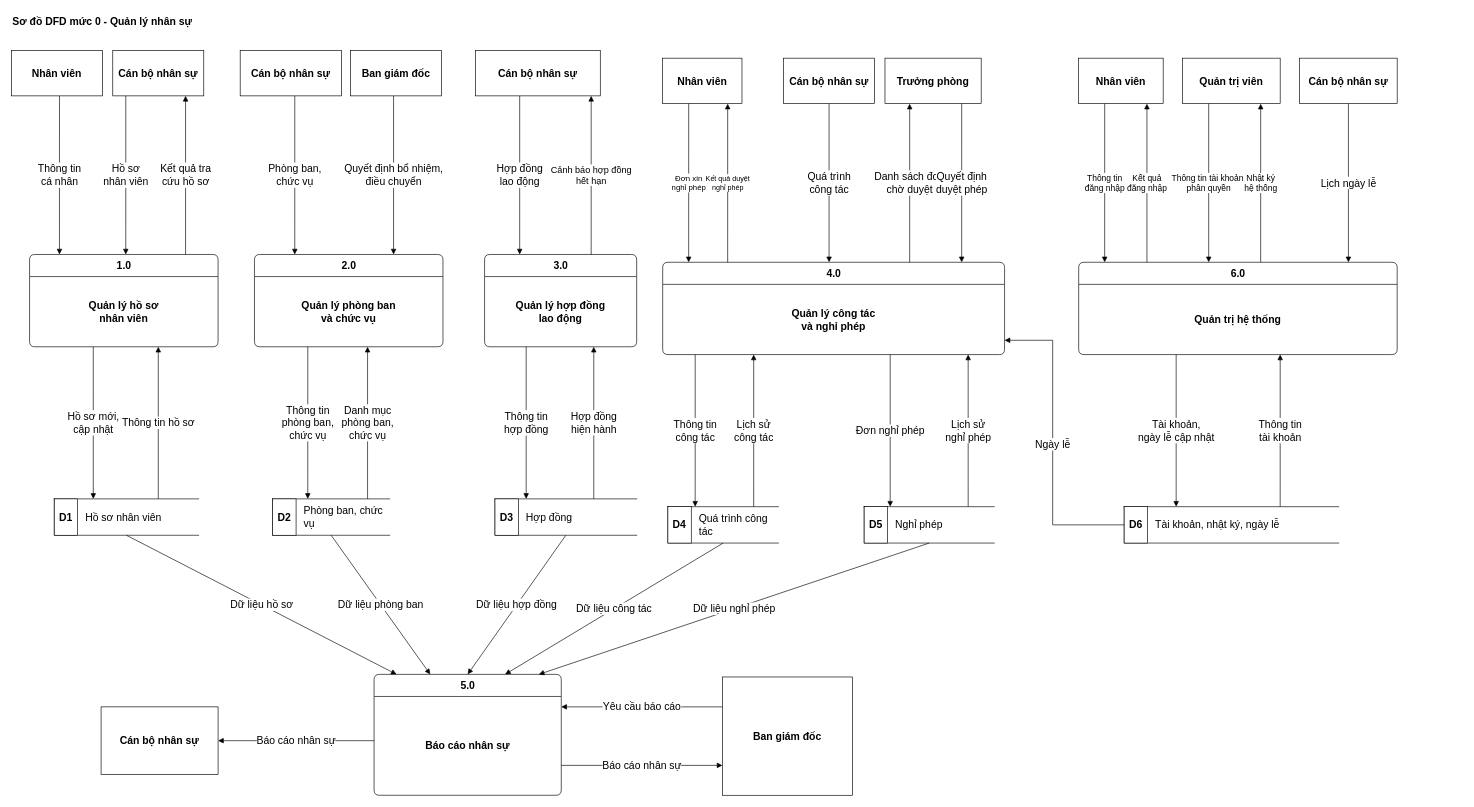
This is page "DFD muc 0" (3 of 7) of diagrams/bfd-dfd.drawio from ninhduo263/human-resource-management-system, a draw.io file, before an edit. Source tidied: cells renumbered, new cells numbered last; positions are measured from the earlier drawing's top-left corner, leaving out a move shared by most shapes. Both pictures are drawn from the tidied source at 65%, with x=0, y=0 at pixel (11, 11).
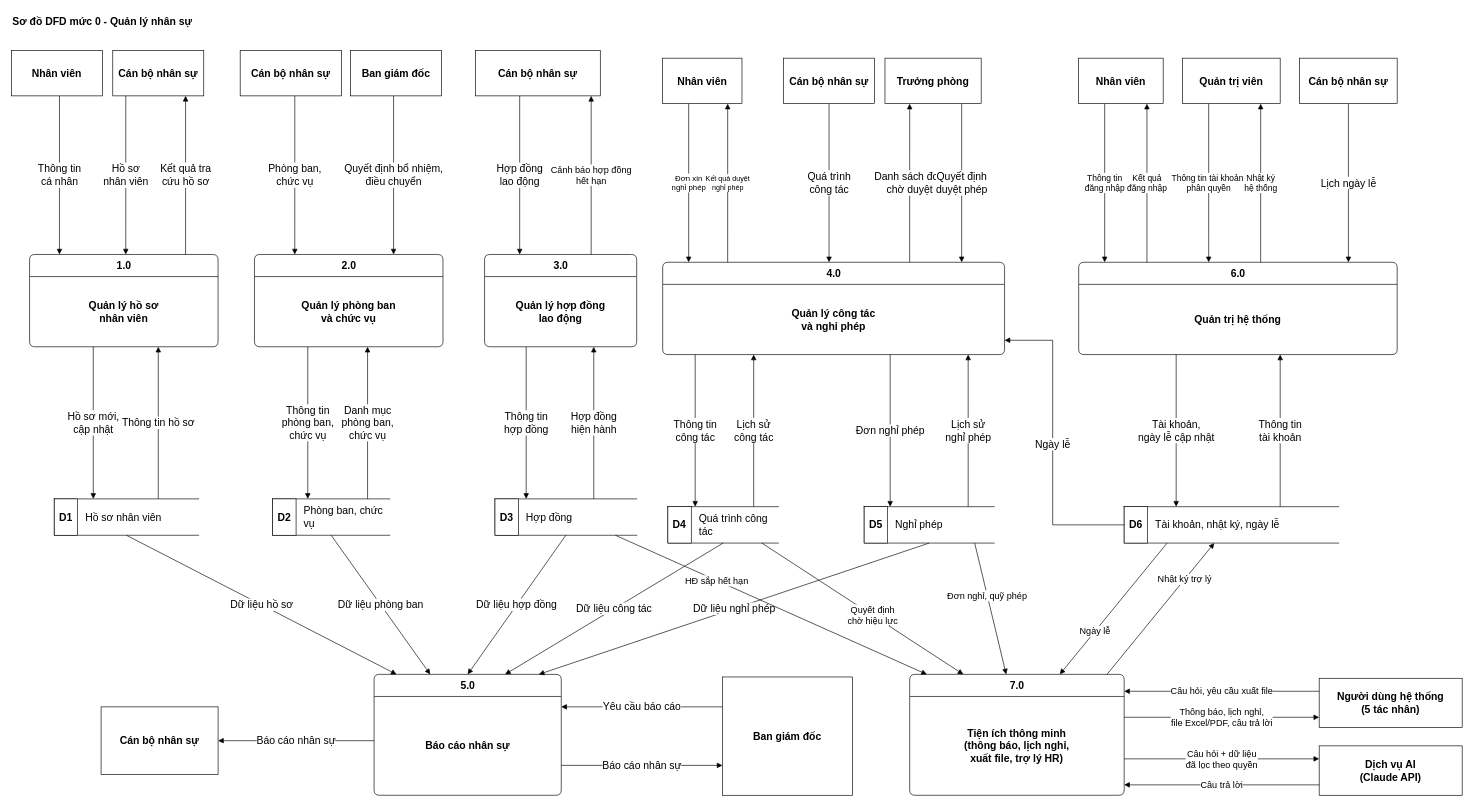
The same diagram, later.

The change refers to these unchanged cells:
```xml
<mxCell id="28" value="Hợp đồng" style="shape=partialRectangle;whiteSpace=wrap;html=1;right=0;align=left;spacingLeft=46;fillColor=#FFFFFF;strokeColor=#000000;fontSize=16;fontFamily=Helvetica;" parent="1" vertex="1">
  <mxGeometry x="744" y="750" width="218" height="56" as="geometry" />
</mxCell>
<mxCell id="30" value="Quá trình công tác" style="shape=partialRectangle;whiteSpace=wrap;html=1;right=0;align=left;spacingLeft=46;fillColor=#FFFFFF;strokeColor=#000000;fontSize=16;fontFamily=Helvetica;" parent="1" vertex="1">
  <mxGeometry x="1010" y="762" width="170" height="56" as="geometry" />
</mxCell>
<mxCell id="32" value="Nghỉ phép" style="shape=partialRectangle;whiteSpace=wrap;html=1;right=0;align=left;spacingLeft=46;fillColor=#FFFFFF;strokeColor=#000000;fontSize=16;fontFamily=Helvetica;" parent="1" vertex="1">
  <mxGeometry x="1312" y="762" width="200" height="56" as="geometry" />
</mxCell>
<mxCell id="34" value="Tài khoản, nhật ký, ngày lễ" style="shape=partialRectangle;whiteSpace=wrap;html=1;right=0;align=left;spacingLeft=46;fillColor=#FFFFFF;strokeColor=#000000;fontSize=16;fontFamily=Helvetica;" parent="1" vertex="1">
  <mxGeometry x="1712" y="762" width="330" height="56" as="geometry" />
</mxCell>
```

What changed in the source:
```diff
@@
+    <mxCell id="78" value="7.0" style="swimlane;rounded=1;arcSize=8;startSize=34;html=1;fillColor=#FFFFFF;swimlaneFillColor=#FFFFFF;strokeColor=#000000;fontStyle=1;fontSize=16;fontFamily=Helvetica;" parent="1" vertex="1">
+      <mxGeometry x="1382" y="1020" width="330" height="186" as="geometry" />
+    </mxCell>
+    <mxCell id="79" value="Tiện ích thông minh&#10;(thông báo, lịch nghỉ,&#10;xuất file, trợ lý HR)" style="text;html=1;align=center;verticalAlign=middle;whiteSpace=wrap;fontStyle=1;fontSize=16;fontFamily=Helvetica;" parent="78" vertex="1">
+      <mxGeometry y="34" width="330" height="152" as="geometry" />
+    </mxCell>
+    <mxCell id="80" value="Người dùng hệ thống&#10;(5 tác nhân)" style="rounded=0;whiteSpace=wrap;html=1;fontStyle=1;fontSize=16;strokeColor=#000000;fillColor=#FFFFFF;fontFamily=Helvetica;" parent="1" vertex="1">
+      <mxGeometry x="2012" y="1026" width="220" height="76" as="geometry" />
+    </mxCell>
+    <mxCell id="81" value="Dịch vụ AI&#10;(Claude API)" style="rounded=0;whiteSpace=wrap;html=1;fontStyle=1;fontSize=16;strokeColor=#000000;fillColor=#FFFFFF;fontFamily=Helvetica;" parent="1" vertex="1">
+      <mxGeometry x="2012" y="1130" width="220" height="76" as="geometry" />
+    </mxCell>
+    <mxCell id="82" value="Câu hỏi, yêu cầu xuất file" style="endArrow=block;endFill=1;html=1;rounded=0;fontSize=14;labelBackgroundColor=#FFFFFF;fontFamily=Helvetica;exitX=0;exitY=0.2632;entryX=1;entryY=0.1398;exitDx=0;exitDy=0;entryDx=0;entryDy=0;" parent="1" edge="1" source="80" target="78">
+      <mxGeometry relative="1" as="geometry" />
+    </mxCell>
+    <mxCell id="83" value="Thông báo, lịch nghỉ,&#10;file Excel/PDF, câu trả lời" style="endArrow=block;endFill=1;html=1;rounded=0;fontSize=14;labelBackgroundColor=#FFFFFF;fontFamily=Helvetica;exitX=1;exitY=0.3548;entryX=0;entryY=0.7895;exitDx=0;exitDy=0;entryDx=0;entryDy=0;" parent="1" edge="1" source="78" target="80">
+      <mxGeometry relative="1" as="geometry" />
+    </mxCell>
+    <mxCell id="84" value="Câu hỏi + dữ liệu&#10;đã lọc theo quyền" style="endArrow=block;endFill=1;html=1;rounded=0;fontSize=14;labelBackgroundColor=#FFFFFF;fontFamily=Helvetica;exitX=1;exitY=0.6989;entryX=0;entryY=0.2632;exitDx=0;exitDy=0;entryDx=0;entryDy=0;" parent="1" edge="1" source="78" target="81">
+      <mxGeometry relative="1" as="geometry" />
+    </mxCell>
+    <mxCell id="85" value="Câu trả lời" style="endArrow=block;endFill=1;html=1;rounded=0;fontSize=14;labelBackgroundColor=#FFFFFF;fontFamily=Helvetica;exitX=0;exitY=0.7895;entryX=1;entryY=0.914;exitDx=0;exitDy=0;entryDx=0;entryDy=0;" parent="1" edge="1" source="81" target="78">
+      <mxGeometry relative="1" as="geometry" />
+    </mxCell>
+    <mxCell id="86" value="HĐ sắp hết hạn" style="endArrow=block;endFill=1;html=1;rounded=0;fontSize=14;labelBackgroundColor=#FFFFFF;fontFamily=Helvetica;exitX=0.85;exitY=1;entryX=0.08;entryY=0;exitDx=0;exitDy=0;entryDx=0;entryDy=0;" parent="1" edge="1" source="28" target="78">
+      <mxGeometry x="-0.35" relative="1" as="geometry" />
+    </mxCell>
+    <mxCell id="87" value="Quyết định&#10;chờ hiệu lực" style="endArrow=block;endFill=1;html=1;rounded=0;fontSize=14;labelBackgroundColor=#FFFFFF;fontFamily=Helvetica;exitX=0.85;exitY=1;entryX=0.25;entryY=0;exitDx=0;exitDy=0;entryDx=0;entryDy=0;" parent="1" edge="1" source="30" target="78">
+      <mxGeometry x="0.1" relative="1" as="geometry" />
+    </mxCell>
+    <mxCell id="88" value="Đơn nghỉ, quỹ phép" style="endArrow=block;endFill=1;html=1;rounded=0;fontSize=14;labelBackgroundColor=#FFFFFF;fontFamily=Helvetica;exitX=0.85;exitY=1;entryX=0.45;entryY=0;exitDx=0;exitDy=0;entryDx=0;entryDy=0;" parent="1" edge="1" source="32" target="78">
+      <mxGeometry x="-0.2" relative="1" as="geometry" />
+    </mxCell>
+    <mxCell id="89" value="Ngày lễ" style="endArrow=block;endFill=1;html=1;rounded=0;fontSize=14;labelBackgroundColor=#FFFFFF;fontFamily=Helvetica;exitX=0.2;exitY=1;entryX=0.7;entryY=0;exitDx=0;exitDy=0;entryDx=0;entryDy=0;" parent="1" edge="1" source="34" target="78">
+      <mxGeometry x="0.35" relative="1" as="geometry" />
+    </mxCell>
+    <mxCell id="90" value="Nhật ký trợ lý" style="endArrow=block;endFill=1;html=1;rounded=0;fontSize=14;labelBackgroundColor=#FFFFFF;fontFamily=Helvetica;exitX=0.92;exitY=0;entryX=0.42;entryY=1;exitDx=0;exitDy=0;entryDx=0;entryDy=0;" parent="1" edge="1" source="78" target="34">
+      <mxGeometry x="0.45" relative="1" as="geometry" />
+    </mxCell>
```
